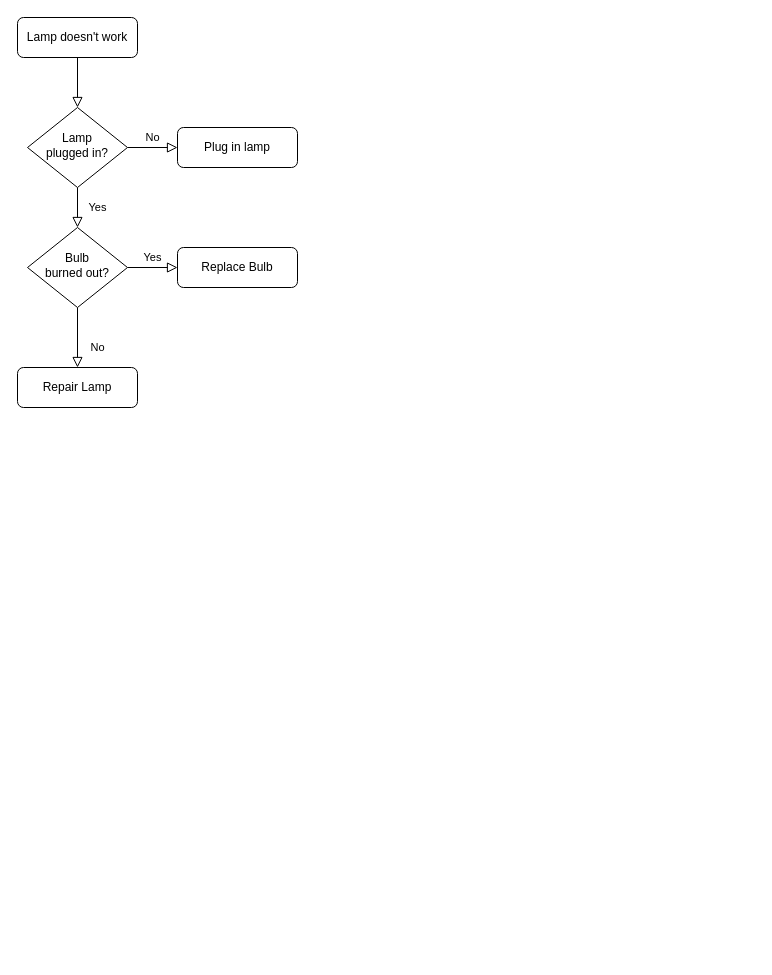
Earlier version of the draw.io diagram 未命名绘图.drawio (longphp1/laravel-ab). Source tidied: cells renumbered, new cells numbered last; positions are measured from the earlier drawing's top-left corner, leaving out a move shared by most shapes. Both pictures are drawn from the tidied source at 100%, with x=0, y=0 at pixel (17, 17).
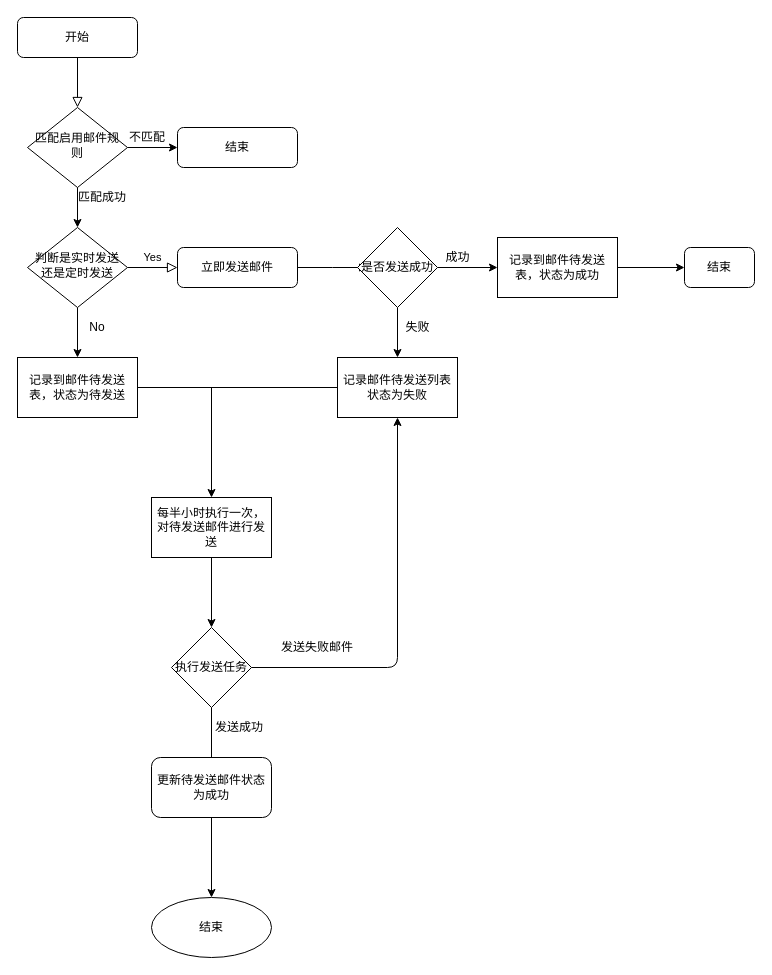
Above is the later version.

Commit message:
邮件自动发送流程.drawio

Diff of the diagram source:
```diff
@@
-    <mxCell id="3" value="Lamp doesn't work" style="rounded=1;whiteSpace=wrap;html=1;fontSize=12;glass=0;strokeWidth=1;shadow=0;" parent="1" vertex="1">
+    <mxCell id="3" value="开始" style="rounded=1;whiteSpace=wrap;html=1;fontSize=12;glass=0;strokeWidth=1;shadow=0;" parent="1" vertex="1">
       <mxGeometry width="120" height="40" as="geometry" />
     </mxCell>
-    <mxCell id="4" value="Yes" style="rounded=0;html=1;jettySize=auto;fontSize=11;endArrow=block;endFill=0;endSize=8;strokeWidth=1;shadow=0;labelBackgroundColor=none;edgeStyle=orthogonalEdgeStyle;" parent="1" edge="1" source="6" target="10">
-      <mxGeometry y="20" relative="1" as="geometry" />
-    </mxCell>
-    <mxCell id="5" value="No" style="edgeStyle=orthogonalEdgeStyle;rounded=0;html=1;jettySize=auto;fontSize=11;endArrow=block;endFill=0;endSize=8;strokeWidth=1;shadow=0;labelBackgroundColor=none;" parent="1" edge="1" source="6" target="7">
-      <mxGeometry y="10" relative="1" as="geometry" />
-    </mxCell>
-    <mxCell id="6" value="Lamp&lt;br&gt;plugged in?" style="rhombus;whiteSpace=wrap;html=1;shadow=0;fontFamily=Helvetica;fontSize=12;align=center;strokeWidth=1;spacing=6;spacingTop=-4;" parent="1" vertex="1">
+    <mxCell id="6" value="匹配启用邮件规则" style="rhombus;whiteSpace=wrap;html=1;shadow=0;fontFamily=Helvetica;fontSize=12;align=center;strokeWidth=1;spacing=6;spacingTop=-4;" parent="1" vertex="1">
       <mxGeometry x="10" y="90" width="100" height="80" as="geometry" />
     </mxCell>
-    <mxCell id="7" value="Plug in lamp" style="rounded=1;whiteSpace=wrap;html=1;fontSize=12;glass=0;strokeWidth=1;shadow=0;" parent="1" vertex="1">
+    <mxCell id="7" value="结束" style="rounded=1;whiteSpace=wrap;html=1;fontSize=12;glass=0;strokeWidth=1;shadow=0;" parent="1" vertex="1">
       <mxGeometry x="160" y="110" width="120" height="40" as="geometry" />
     </mxCell>
-    <mxCell id="8" value="No" style="rounded=0;html=1;jettySize=auto;fontSize=11;endArrow=block;endFill=0;endSize=8;strokeWidth=1;shadow=0;labelBackgroundColor=none;edgeStyle=orthogonalEdgeStyle;" parent="1" edge="1" source="10" target="11">
-      <mxGeometry x="0.33" y="20" relative="1" as="geometry" />
-    </mxCell>
@@
+    <mxCell id="13" style="edgeStyle=orthogonalEdgeStyle;rounded=0;jettySize=auto;html=1;" parent="1" edge="1" source="10" target="25">
+      <mxGeometry relative="1" as="geometry" />
+    </mxCell>
-    <mxCell id="10" value="Bulb&lt;br&gt;burned out?" style="rhombus;whiteSpace=wrap;html=1;shadow=0;fontFamily=Helvetica;fontSize=12;align=center;strokeWidth=1;spacing=6;spacingTop=-4;" parent="1" vertex="1">
+    <mxCell id="10" value="判断是实时发送还是定时发送" style="rhombus;whiteSpace=wrap;html=1;shadow=0;fontFamily=Helvetica;fontSize=12;align=center;strokeWidth=1;spacing=6;spacingTop=-4;" parent="1" vertex="1">
       <mxGeometry x="10" y="210" width="100" height="80" as="geometry" />
     </mxCell>
-    <mxCell id="11" value="Repair Lamp" style="rounded=1;whiteSpace=wrap;html=1;fontSize=12;glass=0;strokeWidth=1;shadow=0;" parent="1" vertex="1">
-      <mxGeometry y="350" width="120" height="40" as="geometry" />
-    </mxCell>
+    <mxCell id="14" style="edgeStyle=orthogonalEdgeStyle;rounded=0;jettySize=auto;html=1;" parent="1" edge="1" source="12">
+      <mxGeometry relative="1" as="geometry">
+        <mxPoint x="350" y="250" as="targetPoint" />
+      </mxGeometry>
+    </mxCell>
-    <mxCell id="12" value="Replace Bulb" style="rounded=1;whiteSpace=wrap;html=1;fontSize=12;glass=0;strokeWidth=1;shadow=0;" parent="1" vertex="1">
+    <mxCell id="12" value="立即发送邮件" style="rounded=1;whiteSpace=wrap;html=1;fontSize=12;glass=0;strokeWidth=1;shadow=0;" parent="1" vertex="1">
       <mxGeometry x="160" y="230" width="120" height="40" as="geometry" />
     </mxCell>
+    <mxCell id="15" style="edgeStyle=orthogonalEdgeStyle;rounded=0;jettySize=auto;html=1;" parent="1" edge="1" source="17" target="19">
+      <mxGeometry relative="1" as="geometry" />
+    </mxCell>
+    <mxCell id="16" style="edgeStyle=orthogonalEdgeStyle;rounded=0;jettySize=auto;html=1;" parent="1" edge="1" source="17" target="21">
+      <mxGeometry relative="1" as="geometry" />
+    </mxCell>
+    <mxCell id="17" value="是否发送成功" style="rhombus;whiteSpace=wrap;html=1;" parent="1" vertex="1">
+      <mxGeometry x="340" y="210" width="80" height="80" as="geometry" />
+    </mxCell>
+    <mxCell id="18" style="edgeStyle=orthogonalEdgeStyle;rounded=0;jettySize=auto;html=1;" parent="1" edge="1" source="19" target="20">
+      <mxGeometry relative="1" as="geometry" />
+    </mxCell>
+    <mxCell id="19" value="记录到邮件待发送表，状态为成功" style="whiteSpace=wrap;html=1;" parent="1" vertex="1">
+      <mxGeometry x="480" y="220" width="120" height="60" as="geometry" />
+    </mxCell>
+    <mxCell id="20" value="结束" style="rounded=1;whiteSpace=wrap;html=1;" parent="1" vertex="1">
+      <mxGeometry x="667" y="230" width="70" height="40" as="geometry" />
+    </mxCell>
+    <mxCell id="21" value="记录邮件待发送列表状态为失败" style="rounded=0;whiteSpace=wrap;html=1;" parent="1" vertex="1">
+      <mxGeometry x="320" y="340" width="120" height="60" as="geometry" />
+    </mxCell>
+    <mxCell id="22" value="成功" style="text;html=1;align=center;verticalAlign=middle;strokeColor=none;" parent="1" vertex="1">
+      <mxGeometry x="420" y="230" width="40" height="20" as="geometry" />
+    </mxCell>
+    <mxCell id="23" value="失败" style="text;html=1;align=center;verticalAlign=middle;strokeColor=none;" parent="1" vertex="1">
+      <mxGeometry x="380" y="300" width="40" height="20" as="geometry" />
+    </mxCell>
+    <mxCell id="24" style="edgeStyle=orthogonalEdgeStyle;rounded=0;jettySize=auto;html=1;" parent="1" edge="1" source="25" target="28">
+      <mxGeometry relative="1" as="geometry" />
+    </mxCell>
+    <mxCell id="25" value="记录到邮件待发送表，状态为待发送" style="rounded=0;whiteSpace=wrap;html=1;" parent="1" vertex="1">
+      <mxGeometry y="340" width="120" height="60" as="geometry" />
+    </mxCell>
+    <mxCell id="26" value="No" style="text;html=1;strokeColor=none;fillColor=none;align=center;verticalAlign=middle;whiteSpace=wrap;rounded=0;" parent="1" vertex="1">
+      <mxGeometry x="60" y="300" width="40" height="20" as="geometry" />
+    </mxCell>
+    <mxCell id="27" style="edgeStyle=orthogonalEdgeStyle;rounded=0;jettySize=auto;html=1;" parent="1" edge="1" source="28" target="30">
+      <mxGeometry relative="1" as="geometry" />
+    </mxCell>
+    <mxCell id="28" value="每半小时执行一次，对待发送邮件进行发送" style="whiteSpace=wrap;html=1;rounded=0;" parent="1" vertex="1">
+      <mxGeometry x="134" y="480" width="120" height="60" as="geometry" />
+    </mxCell>
+    <mxCell id="29" style="endArrow=none;html=1;entryX=0;entryY=0.5;entryDx=0;entryDy=0;" parent="1" edge="1" target="21">
+      <mxGeometry relative="1" as="geometry">
+        <mxPoint x="190" y="370" as="sourcePoint" />
+      </mxGeometry>
+    </mxCell>
+    <mxCell id="30" value="执行发送任务" style="rhombus;whiteSpace=wrap;html=1;rounded=0;" parent="1" vertex="1">
+      <mxGeometry x="154" y="610" width="80" height="80" as="geometry" />
+    </mxCell>
+    <mxCell id="31" style="endArrow=classic;html=1;entryX=0.5;entryY=1;entryDx=0;entryDy=0;exitX=1;exitY=0.5;exitDx=0;exitDy=0;" parent="1" edge="1" source="30" target="21">
+      <mxGeometry relative="1" as="geometry">
+        <Array as="points">
+          <mxPoint x="380" y="650" />
+        </Array>
+      </mxGeometry>
+    </mxCell>
+    <mxCell id="32" value="发送失败邮件" style="text;html=1;strokeColor=none;fillColor=none;align=center;verticalAlign=middle;whiteSpace=wrap;rounded=0;" parent="1" vertex="1">
+      <mxGeometry x="260" y="620" width="80" height="20" as="geometry" />
+    </mxCell>
+    <mxCell id="33" value="发送成功" style="text;html=1;strokeColor=none;fillColor=none;align=center;verticalAlign=middle;whiteSpace=wrap;rounded=0;" parent="1" vertex="1">
+      <mxGeometry x="194" y="700" width="56" height="20" as="geometry" />
+    </mxCell>
+    <mxCell id="34" style="endArrow=classic;html=1;exitX=0.5;exitY=1;exitDx=0;exitDy=0;" parent="1" edge="1" source="30">
+      <mxGeometry relative="1" as="geometry">
+        <mxPoint x="194" y="760" as="targetPoint" />
+      </mxGeometry>
+    </mxCell>
+    <mxCell id="35" style="edgeStyle=orthogonalEdgeStyle;rounded=0;jettySize=auto;html=1;" parent="1" edge="1" source="36" target="37">
+      <mxGeometry relative="1" as="geometry" />
+    </mxCell>
+    <mxCell id="36" value="更新待发送邮件状态为成功" style="rounded=1;whiteSpace=wrap;html=1;" parent="1" vertex="1">
+      <mxGeometry x="134" y="740" width="120" height="60" as="geometry" />
+    </mxCell>
+    <mxCell id="37" value="结束" style="ellipse;whiteSpace=wrap;html=1;rounded=1;" parent="1" vertex="1">
+      <mxGeometry x="134" y="880" width="120" height="60" as="geometry" />
+    </mxCell>
+    <mxCell id="5" style="endArrow=classic;html=1;entryX=0;entryY=0.5;entryDx=0;entryDy=0;exitX=1;exitY=0.5;exitDx=0;exitDy=0;" parent="1" edge="1" source="6" target="7">
+      <mxGeometry relative="1" as="geometry" />
+    </mxCell>
+    <mxCell id="4" style="endArrow=classic;html=1;exitX=0.5;exitY=1;exitDx=0;exitDy=0;entryX=0.5;entryY=0;entryDx=0;entryDy=0;" parent="1" edge="1" source="6" target="10">
+      <mxGeometry relative="1" as="geometry" />
+    </mxCell>
+    <mxCell id="38" value="不匹配" style="text;html=1;strokeColor=none;fillColor=none;align=center;verticalAlign=middle;whiteSpace=wrap;rounded=0;" parent="1" vertex="1">
+      <mxGeometry x="110" y="110" width="40" height="20" as="geometry" />
+    </mxCell>
+    <mxCell id="39" value="匹配成功" style="text;html=1;strokeColor=none;fillColor=none;align=center;verticalAlign=middle;whiteSpace=wrap;rounded=0;" parent="1" vertex="1">
+      <mxGeometry x="60" y="170" width="50" height="20" as="geometry" />
+    </mxCell>
```
